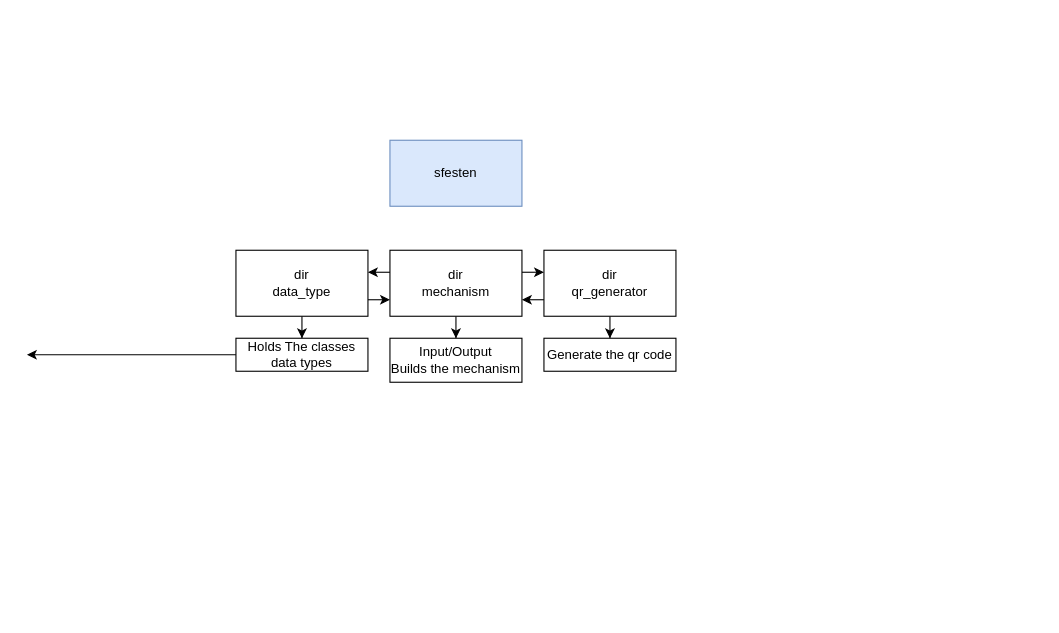
This is Untitled Diagram.drawio from aiman99aleryany/Sfesten, a draw.io file, before an edit. Source tidied: cells renumbered, new cells numbered last; positions are measured from the earlier drawing's top-left corner, leaving out a move shared by most shapes. Both pictures are drawn from the tidied source at 110%, with x=0, y=0 at pixel (26, 140).
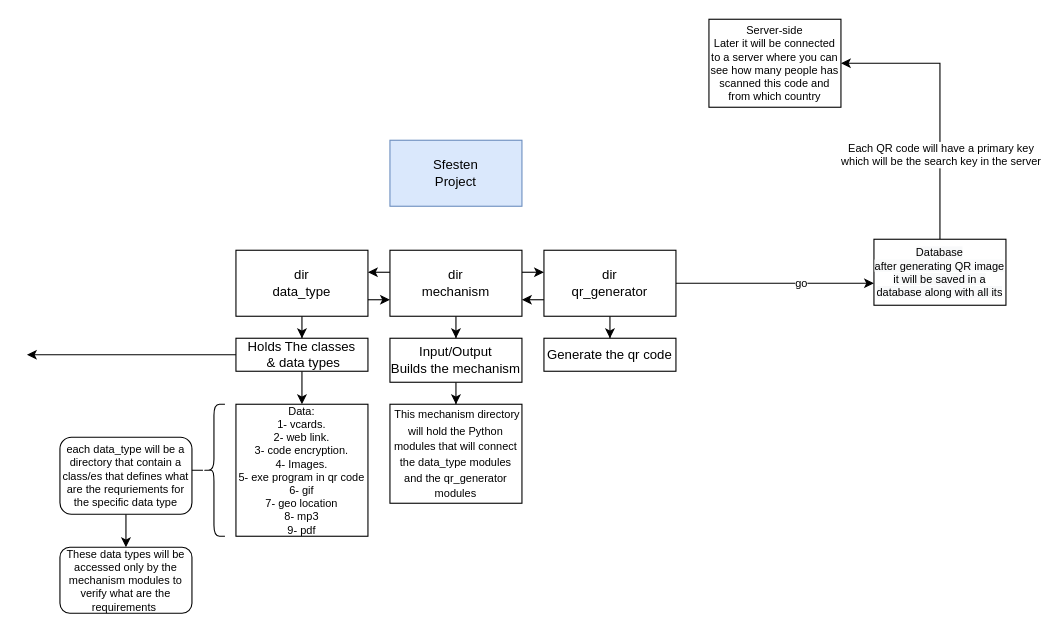
The same diagram, later.

The change refers to these unchanged cells:
```xml
<mxCell id="12" value="dir&lt;br&gt;qr_generator" style="rounded=0;whiteSpace=wrap;html=1;" parent="1" vertex="1">
  <mxGeometry x="470" y="100" width="120" height="60" as="geometry" />
</mxCell>
<mxCell id="16" value="Input/Output&lt;br&gt;Builds the mechanism" style="rounded=0;whiteSpace=wrap;html=1;" parent="1" vertex="1">
  <mxGeometry x="330" y="180" width="120" height="40" as="geometry" />
</mxCell>
```

What changed in the source:
```diff
@@
-    <mxCell id="2" value="sfesten" style="rounded=0;whiteSpace=wrap;html=1;fillColor=#dae8fc;strokeColor=#6c8ebf;" parent="1" vertex="1">
+    <mxCell id="2" value="Sfesten&lt;br&gt;Project" style="rounded=0;whiteSpace=wrap;html=1;fillColor=#dae8fc;strokeColor=#6c8ebf;" parent="1" vertex="1">
       <mxGeometry x="330" width="120" height="60" as="geometry" />
     </mxCell>
@@
+    <mxCell id="17" style="edgeStyle=orthogonalEdgeStyle;rounded=0;jettySize=auto;html=1;fontSize=10;" parent="1" edge="1" source="12">
+      <mxGeometry relative="1" as="geometry">
+        <mxPoint x="770" y="130" as="targetPoint" />
+        <Array as="points">
+          <mxPoint x="730" y="130" />
+          <mxPoint x="730" y="130" />
+        </Array>
+      </mxGeometry>
+    </mxCell>
+    <mxCell id="18" value="go" style="edgeLabel;html=1;align=center;verticalAlign=middle;fontSize=10;" parent="17" vertex="1">
+      <mxGeometry x="0.25" y="1" relative="1" as="geometry" />
+    </mxCell>
@@
+    <mxCell id="19" style="edgeStyle=orthogonalEdgeStyle;rounded=0;jettySize=auto;html=1;fontSize=10;" parent="1" edge="1" source="14" target="26">
+      <mxGeometry relative="1" as="geometry" />
+    </mxCell>
-    <mxCell id="14" value="Holds The classes&lt;br&gt;data types" style="rounded=0;whiteSpace=wrap;html=1;" parent="1" vertex="1">
+    <mxCell id="14" value="Holds The classes&lt;br&gt;&amp;nbsp;&amp;amp; data types" style="rounded=0;whiteSpace=wrap;html=1;" parent="1" vertex="1">
       <mxGeometry x="190" y="180" width="120" height="30" as="geometry" />
     </mxCell>
@@
+    <mxCell id="20" style="edgeStyle=orthogonalEdgeStyle;rounded=0;jettySize=auto;html=1;" parent="1" edge="1" source="16" target="21">
+      <mxGeometry relative="1" as="geometry" />
+    </mxCell>
@@
+    <mxCell id="21" value="&lt;span style=&quot;font-size: 10px&quot;&gt;&amp;nbsp;This mechanism directory will hold the Python modules that will connect the data_type modules and the qr_generator modules&lt;/span&gt;" style="whiteSpace=wrap;html=1;rounded=0;" parent="1" vertex="1">
+      <mxGeometry x="330" y="240" width="120" height="90" as="geometry" />
+    </mxCell>
+    <mxCell id="22" style="edgeStyle=orthogonalEdgeStyle;rounded=0;jettySize=auto;html=1;exitX=0.5;exitY=0;exitDx=0;exitDy=0;entryX=1;entryY=0.5;entryDx=0;entryDy=0;fontSize=10;" parent="1" edge="1" source="24" target="25">
+      <mxGeometry relative="1" as="geometry" />
+    </mxCell>
+    <mxCell id="23" value="Each QR code will have a primary key &lt;br&gt;which will be the search key in the server" style="edgeLabel;html=1;align=center;verticalAlign=middle;fontSize=10;" parent="22" vertex="1">
+      <mxGeometry x="-0.38" relative="1" as="geometry" />
+    </mxCell>
+    <mxCell id="24" value="&lt;span style=&quot;color: rgb(0 , 0 , 0) ; font-family: &amp;#34;helvetica&amp;#34; ; font-size: 10px ; font-style: normal ; font-weight: 400 ; letter-spacing: normal ; text-align: center ; text-indent: 0px ; text-transform: none ; word-spacing: 0px ; background-color: rgb(248 , 249 , 250) ; display: inline ; float: none&quot;&gt;Database&lt;/span&gt;&lt;br style=&quot;color: rgb(0 , 0 , 0) ; font-family: &amp;#34;helvetica&amp;#34; ; font-size: 10px ; font-style: normal ; font-weight: 400 ; letter-spacing: normal ; text-align: center ; text-indent: 0px ; text-transform: none ; word-spacing: 0px ; background-color: rgb(248 , 249 , 250)&quot;&gt;&lt;span style=&quot;color: rgb(0 , 0 , 0) ; font-family: &amp;#34;helvetica&amp;#34; ; font-size: 10px ; font-style: normal ; font-weight: 400 ; letter-spacing: normal ; text-align: center ; text-indent: 0px ; text-transform: none ; word-spacing: 0px ; background-color: rgb(248 , 249 , 250) ; display: inline ; float: none&quot;&gt;after generating QR image it will be saved in a database along with all its&lt;br&gt;&lt;/span&gt;" style="rounded=0;whiteSpace=wrap;html=1;fontSize=10;" parent="1" vertex="1">
+      <mxGeometry x="770" y="90" width="120" height="60" as="geometry" />
+    </mxCell>
+    <mxCell id="25" value="Server-side&lt;br&gt;Later it will be connected to a server where you can see how many people has scanned this code and from which country" style="rounded=0;whiteSpace=wrap;html=1;fontSize=10;" parent="1" vertex="1">
+      <mxGeometry x="620" y="-110" width="120" height="80" as="geometry" />
+    </mxCell>
+    <mxCell id="26" value="Data:&lt;br&gt;1- vcards.&lt;br&gt;2- web link.&lt;br&gt;3- code encryption.&lt;br&gt;4- Images.&lt;br&gt;5- exe program in qr code&lt;br&gt;6- gif&lt;br&gt;7- geo location&lt;br&gt;8- mp3&lt;br&gt;9- pdf&lt;br&gt;" style="rounded=0;whiteSpace=wrap;html=1;fontSize=10;" parent="1" vertex="1">
+      <mxGeometry x="190" y="240" width="120" height="120" as="geometry" />
+    </mxCell>
+    <mxCell id="27" style="edgeStyle=orthogonalEdgeStyle;rounded=0;jettySize=auto;html=1;fontSize=10;" parent="1" edge="1" source="28" target="30">
+      <mxGeometry relative="1" as="geometry" />
+    </mxCell>
+    <mxCell id="28" style="shape=curlyBracket;whiteSpace=wrap;html=1;rounded=1;fontSize=10;" parent="1" vertex="1">
+      <mxGeometry x="160" y="240" width="20" height="120" as="geometry" />
+    </mxCell>
+    <mxCell id="29" style="edgeStyle=orthogonalEdgeStyle;rounded=0;jettySize=auto;html=1;fontSize=10;" parent="1" edge="1" source="30" target="31">
+      <mxGeometry relative="1" as="geometry" />
+    </mxCell>
+    <mxCell id="30" value="each data_type will be a directory that contain a class/es that defines what are the requriements for the specific data type" style="whiteSpace=wrap;html=1;fontSize=10;rounded=1;" parent="1" vertex="1">
+      <mxGeometry x="30" y="270" width="120" height="70" as="geometry" />
+    </mxCell>
+    <mxCell id="31" value="These data types will be accessed only by the mechanism modules to verify what are the requirements&amp;nbsp;" style="whiteSpace=wrap;html=1;fontSize=10;rounded=1;" parent="1" vertex="1">
+      <mxGeometry x="30" y="370" width="120" height="60" as="geometry" />
+    </mxCell>
```
